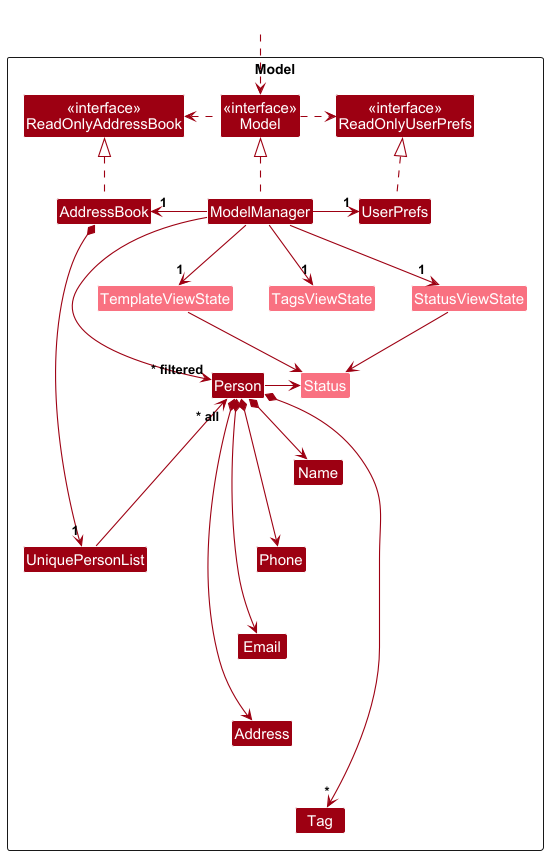
The PlantUML diagram docs/images/ModelClassDiagram.png in pohanson/tp, before a commit.
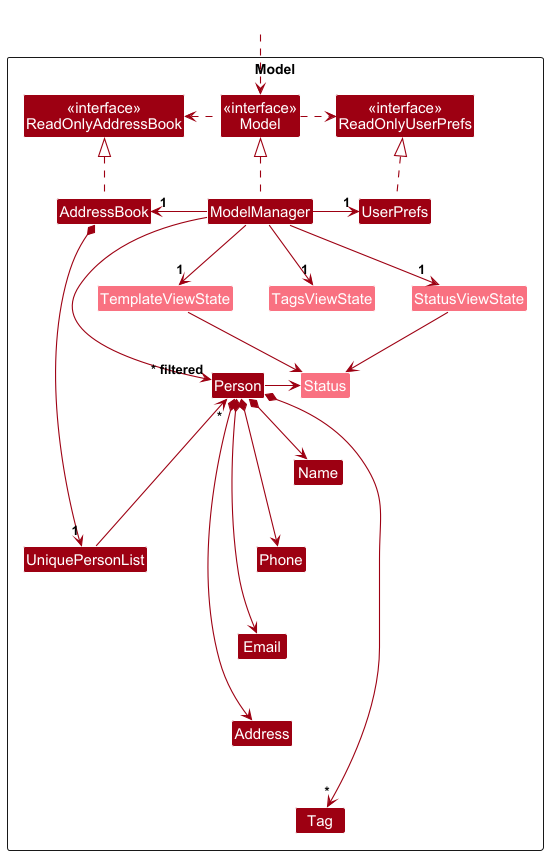
Above is the later version.

Commit message:
Update model component of DG

What changed in the source:
```diff
@@ -45,7 +45,7 @@
 ModelManager -down-> "1" TemplateViewState
 
 AddressBook *--> "1" UniquePersonList
-UniquePersonList -right-> "~* all" Person
+UniquePersonList -right-> "~*" Person
 Person -left-> Status
 Person *-down-> Name
 Person *-down-> Phone
```
